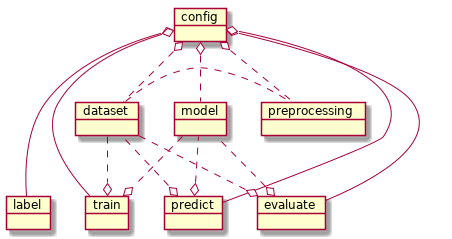
zilleanai/zworkflow keeps this PlantUML diagram as docs/workflow.png. Above is the earlier version.
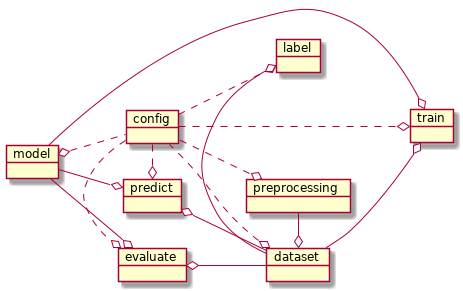
After the commit.

Commit message:
updated workflow diagram

Diff of the diagram source:
```diff
@@ -1,4 +1,5 @@
 @startuml workflow
+left to right direction
 object dataset
 object label
 object evaluate
@@ -10,25 +11,21 @@
 
 object config
 
-config o.down- dataset
-config o- label
-config o- evaluate
-config o.down- model
-config o.down- preprocessing
-config o- train
-config o- predict
+config .down.o dataset
+config .o label
+config .o evaluate
+config .down.o model
+config .down.o preprocessing
+config .o train
+config .o predict
 
-dataset .right. preprocessing
-evaluate o. dataset
-evaluate o. model
-train o.up. dataset
-train o.up. model
-predict o. dataset
-predict o. model
+dataset o-right- preprocessing
+evaluate o- dataset
+evaluate o- model
+train o-up- dataset
+train o-up- model
+predict o- dataset
+predict o- model
+label o- dataset
 
-label -[hidden]right- train
-model -[hidden]left- dataset
-model -[hidden]down- label
-train -[hidden]right- predict
-predict -[hidden]right- evaluate
 @enduml
```
